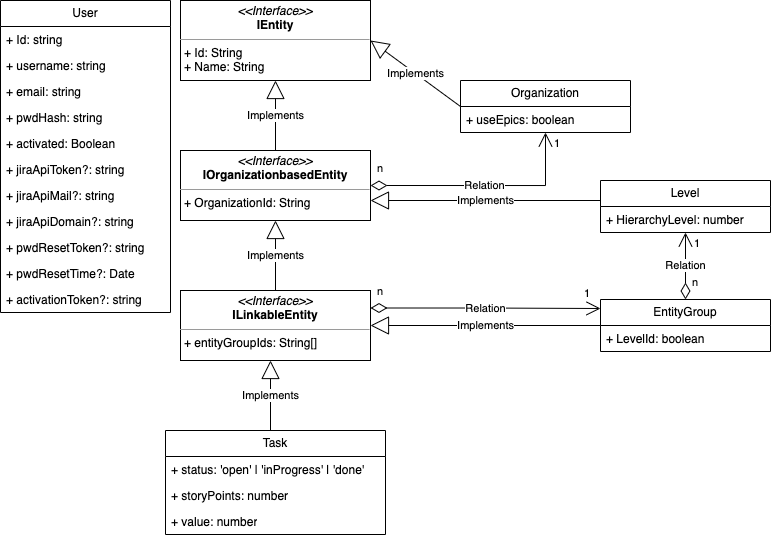
The draw.io diagram latex-source/images/classDiagramm.png in Max-0e/bachelor, before a commit. Source tidied: cells renumbered, new cells last; positions are measured from the earlier drawing's top-left corner, leaving out a move shared by most shapes.
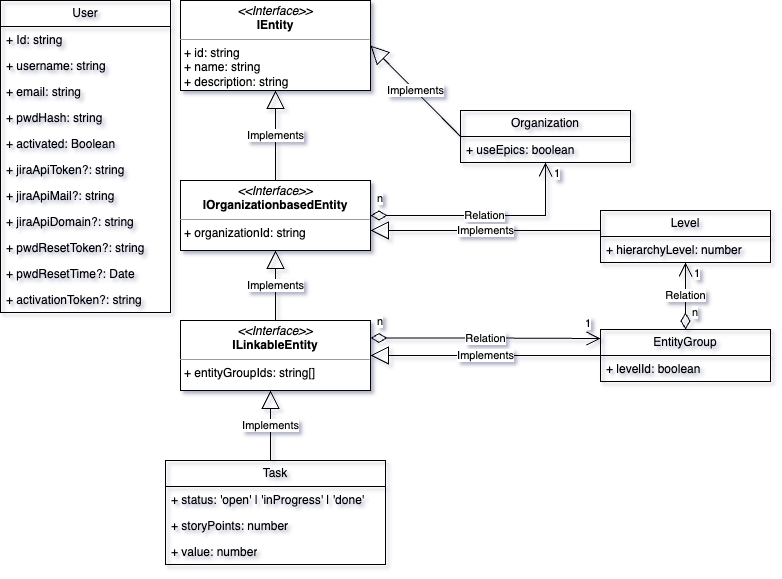
Above is the later version.

Change to the diagram source:
```diff
@@ -2,17 +2,17 @@
   <root>
     <mxCell id="0" />
     <mxCell id="1" parent="0" />
-    <mxCell id="2" value="&lt;p style=&quot;margin:0px;margin-top:4px;text-align:center;&quot;&gt;&lt;i&gt;&amp;lt;&amp;lt;Interface&amp;gt;&amp;gt;&lt;/i&gt;&lt;br&gt;&lt;b&gt;IEntity&lt;/b&gt;&lt;/p&gt;&lt;hr size=&quot;1&quot;&gt;&lt;p style=&quot;margin:0px;margin-left:4px;&quot;&gt;+ Id: String&lt;br&gt;+ Name: String&lt;/p&gt;" style="verticalAlign=top;align=left;overflow=fill;fontSize=12;fontFamily=Helvetica;html=1;whiteSpace=wrap;" parent="1" vertex="1">
-      <mxGeometry x="180" width="190" height="80" as="geometry" />
+    <mxCell id="2" value="&lt;p style=&quot;margin:0px;margin-top:4px;text-align:center;&quot;&gt;&lt;i&gt;&amp;lt;&amp;lt;Interface&amp;gt;&amp;gt;&lt;/i&gt;&lt;br&gt;&lt;b&gt;IEntity&lt;/b&gt;&lt;/p&gt;&lt;hr size=&quot;1&quot;&gt;&lt;p style=&quot;margin:0px;margin-left:4px;&quot;&gt;+ id: string&lt;br&gt;+ name: string&lt;/p&gt;&lt;p style=&quot;margin:0px;margin-left:4px;&quot;&gt;+ description: string&lt;/p&gt;" style="verticalAlign=top;align=left;overflow=fill;fontSize=12;fontFamily=Helvetica;html=1;whiteSpace=wrap;" parent="1" vertex="1">
+      <mxGeometry x="180" y="-30" width="190" height="90" as="geometry" />
     </mxCell>
-    <mxCell id="3" value="&lt;p style=&quot;margin:0px;margin-top:4px;text-align:center;&quot;&gt;&lt;i&gt;&amp;lt;&amp;lt;Interface&amp;gt;&amp;gt;&lt;/i&gt;&lt;br&gt;&lt;b&gt;IOrganizationbasedEntity&lt;/b&gt;&lt;/p&gt;&lt;hr size=&quot;1&quot;&gt;&lt;p style=&quot;margin:0px;margin-left:4px;&quot;&gt;+ OrganizationId: String&lt;br&gt;&lt;/p&gt;" style="verticalAlign=top;align=left;overflow=fill;fontSize=12;fontFamily=Helvetica;html=1;whiteSpace=wrap;" parent="1" vertex="1">
+    <mxCell id="3" value="&lt;p style=&quot;margin:0px;margin-top:4px;text-align:center;&quot;&gt;&lt;i&gt;&amp;lt;&amp;lt;Interface&amp;gt;&amp;gt;&lt;/i&gt;&lt;br&gt;&lt;b&gt;IOrganizationbasedEntity&lt;/b&gt;&lt;/p&gt;&lt;hr size=&quot;1&quot;&gt;&lt;p style=&quot;margin:0px;margin-left:4px;&quot;&gt;+ organizationId: string&lt;br&gt;&lt;/p&gt;" style="verticalAlign=top;align=left;overflow=fill;fontSize=12;fontFamily=Helvetica;html=1;whiteSpace=wrap;" parent="1" vertex="1">
       <mxGeometry x="180" y="150" width="190" height="70" as="geometry" />
     </mxCell>
-    <mxCell id="4" value="&lt;p style=&quot;margin:0px;margin-top:4px;text-align:center;&quot;&gt;&lt;i&gt;&amp;lt;&amp;lt;Interface&amp;gt;&amp;gt;&lt;/i&gt;&lt;br&gt;&lt;b&gt;ILinkableEntity&lt;/b&gt;&lt;/p&gt;&lt;hr size=&quot;1&quot;&gt;&lt;p style=&quot;margin:0px;margin-left:4px;&quot;&gt;+ entityGroupIds: String[]&lt;br&gt;&lt;/p&gt;" style="verticalAlign=top;align=left;overflow=fill;fontSize=12;fontFamily=Helvetica;html=1;whiteSpace=wrap;" parent="1" vertex="1">
+    <mxCell id="4" value="&lt;p style=&quot;margin:0px;margin-top:4px;text-align:center;&quot;&gt;&lt;i&gt;&amp;lt;&amp;lt;Interface&amp;gt;&amp;gt;&lt;/i&gt;&lt;br&gt;&lt;b&gt;ILinkableEntity&lt;/b&gt;&lt;/p&gt;&lt;hr size=&quot;1&quot;&gt;&lt;p style=&quot;margin:0px;margin-left:4px;&quot;&gt;+ entityGroupIds: string[]&lt;br&gt;&lt;/p&gt;" style="verticalAlign=top;align=left;overflow=fill;fontSize=12;fontFamily=Helvetica;html=1;whiteSpace=wrap;" parent="1" vertex="1">
       <mxGeometry x="180" y="290" width="190" height="70" as="geometry" />
     </mxCell>
     <mxCell id="5" value="User" style="swimlane;fontStyle=0;horizontal=1;startSize=26;fillColor=none;whiteSpace=wrap;html=1;" parent="1" vertex="1">
-      <mxGeometry width="170" height="312" as="geometry" />
+      <mxGeometry y="-30" width="170" height="312" as="geometry" />
     </mxCell>
     <mxCell id="6" value="+ Id: string" style="text;strokeColor=none;fillColor=none;align=left;verticalAlign=top;spacingLeft=4;spacingRight=4;overflow=hidden;whiteSpace=wrap;html=1;" parent="5" vertex="1">
       <mxGeometry y="26" width="170" height="26" as="geometry" />
@@ -56,7 +56,7 @@
     <mxCell id="19" value="Level" style="swimlane;fontStyle=0;horizontal=1;startSize=26;fillColor=none;whiteSpace=wrap;html=1;" parent="1" vertex="1">
       <mxGeometry x="600" y="180" width="170" height="52" as="geometry" />
     </mxCell>
-    <mxCell id="20" value="+ HierarchyLevel: number" style="text;strokeColor=none;fillColor=none;align=left;verticalAlign=top;spacingLeft=4;spacingRight=4;overflow=hidden;whiteSpace=wrap;html=1;" parent="19" vertex="1">
+    <mxCell id="20" value="+ hierarchyLevel: number" style="text;strokeColor=none;fillColor=none;align=left;verticalAlign=top;spacingLeft=4;spacingRight=4;overflow=hidden;whiteSpace=wrap;html=1;" parent="19" vertex="1">
       <mxGeometry y="26" width="170" height="26" as="geometry" />
     </mxCell>
     <mxCell id="21" value="Implements" style="endArrow=block;endSize=16;endFill=0;html=1;rounded=0;exitX=0;exitY=0.5;exitDx=0;exitDy=0;entryX=1;entryY=0.5;entryDx=0;entryDy=0;" parent="1" edge="1" source="17" target="2">
@@ -90,7 +90,7 @@
     <mxCell id="28" value="EntityGroup" style="swimlane;fontStyle=0;horizontal=1;startSize=26;fillColor=none;whiteSpace=wrap;html=1;" parent="1" vertex="1">
       <mxGeometry x="600" y="299" width="170" height="52" as="geometry" />
     </mxCell>
-    <mxCell id="29" value="+ LevelId: boolean" style="text;strokeColor=none;fillColor=none;align=left;verticalAlign=top;spacingLeft=4;spacingRight=4;overflow=hidden;whiteSpace=wrap;html=1;" parent="28" vertex="1">
+    <mxCell id="29" value="+ levelId: boolean" style="text;strokeColor=none;fillColor=none;align=left;verticalAlign=top;spacingLeft=4;spacingRight=4;overflow=hidden;whiteSpace=wrap;html=1;" parent="28" vertex="1">
       <mxGeometry y="26" width="170" height="26" as="geometry" />
     </mxCell>
     <mxCell id="30" value="Implements" style="endArrow=block;endSize=16;endFill=0;html=1;rounded=0;exitX=0;exitY=0.5;exitDx=0;exitDy=0;entryX=1;entryY=0.5;entryDx=0;entryDy=0;" parent="1" edge="1" source="28" target="4">
```
